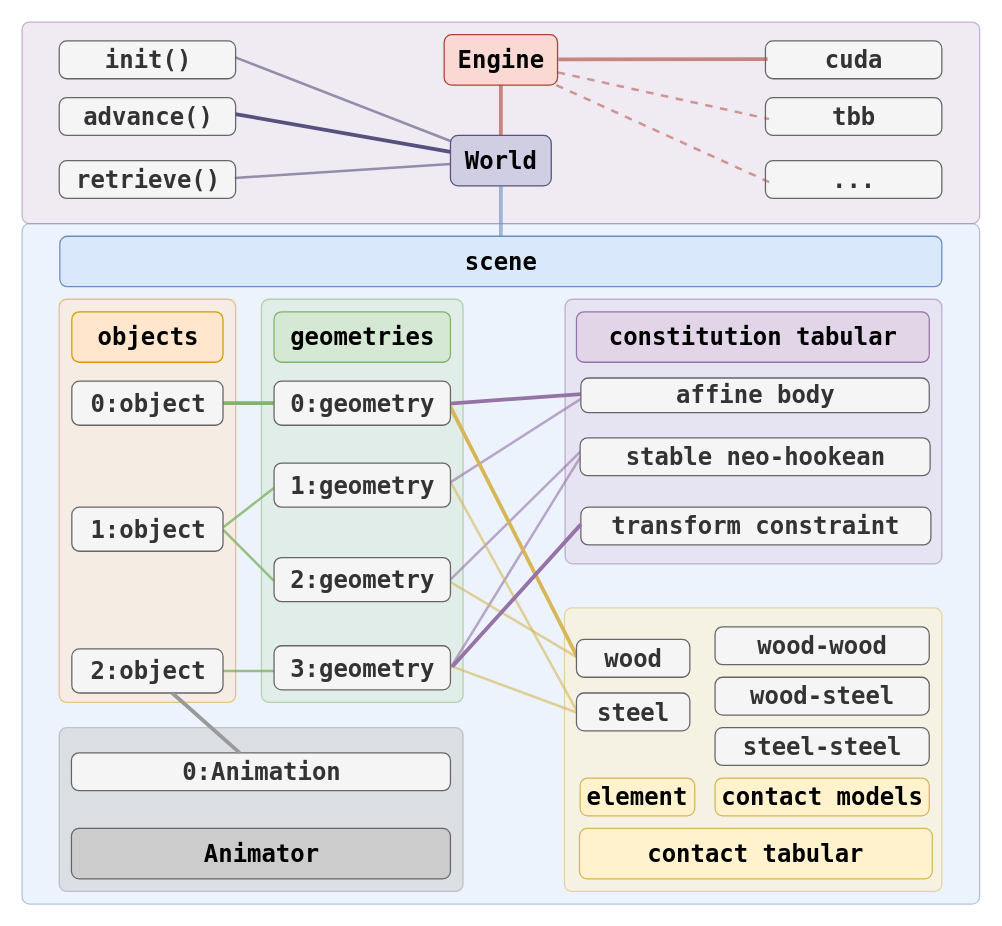
spiriMirror/libuipc-doc keeps this draw.io diagram as docs/tutorial/media/concepts.drawio. Above is the earlier version. Source tidied: cells renumbered, new cells numbered last; positions are measured from the earlier drawing's top-left corner, leaving out a move shared by most shapes. Both pictures are drawn from the tidied source at 126%, with x=0, y=0 at pixel (21, 21).
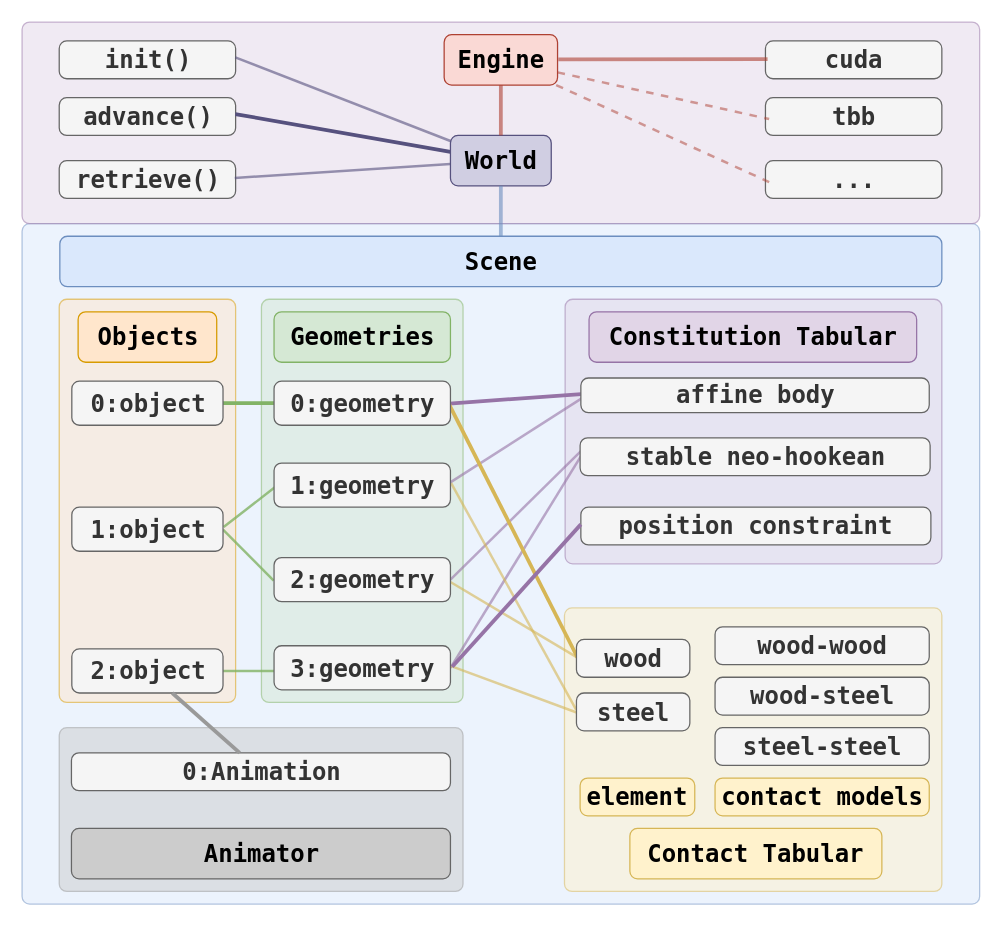
The same page after the edit.

What changed in the source:
```diff
@@
-    <mxCell id="8" value="&lt;span style=&quot;font-size: 19px;&quot;&gt;&lt;b&gt;&lt;font face=&quot;Lucida Console&quot;&gt;scene&lt;br&gt;&lt;/font&gt;&lt;/b&gt;&lt;/span&gt;" style="text;html=1;align=center;verticalAlign=middle;points=[];strokeColor=#6c8ebf;fillColor=#dae8fc;rounded=1;absoluteArcSize=1;arcSize=12;" parent="1" vertex="1">
+    <mxCell id="8" value="&lt;span style=&quot;font-size: 19px;&quot;&gt;&lt;b&gt;&lt;font face=&quot;Lucida Console&quot;&gt;Scene&lt;br&gt;&lt;/font&gt;&lt;/b&gt;&lt;/span&gt;" style="text;html=1;align=center;verticalAlign=middle;points=[];strokeColor=#6c8ebf;fillColor=#dae8fc;rounded=1;absoluteArcSize=1;arcSize=12;" parent="1" vertex="1">
       <mxGeometry x="30" y="170" width="700" height="40" as="geometry" />
     </mxCell>
-    <mxCell id="9" value="&lt;span style=&quot;font-size: 19px;&quot;&gt;&lt;b&gt;&lt;font face=&quot;Lucida Console&quot;&gt;constitution tabular&lt;br&gt;&lt;/font&gt;&lt;/b&gt;&lt;/span&gt;" style="text;html=1;align=center;verticalAlign=middle;strokeColor=#9673a6;fillColor=#e1d5e7;rounded=1;absoluteArcSize=1;arcSize=12;" parent="1" vertex="1">
-      <mxGeometry x="440" y="230" width="280" height="40" as="geometry" />
+    <mxCell id="9" value="&lt;span style=&quot;font-size: 19px;&quot;&gt;&lt;b&gt;&lt;font face=&quot;Lucida Console&quot;&gt;Constitution Tabular&lt;br&gt;&lt;/font&gt;&lt;/b&gt;&lt;/span&gt;" style="text;html=1;align=center;verticalAlign=middle;strokeColor=#9673a6;fillColor=#e1d5e7;rounded=1;absoluteArcSize=1;arcSize=12;" parent="1" vertex="1">
+      <mxGeometry x="450" y="230" width="260" height="40" as="geometry" />
     </mxCell>
-    <mxCell id="10" value="&lt;span style=&quot;font-size: 19px;&quot;&gt;&lt;b&gt;&lt;font face=&quot;Lucida Console&quot;&gt;contact tabular&lt;br&gt;&lt;/font&gt;&lt;/b&gt;&lt;/span&gt;" style="text;html=1;align=center;verticalAlign=middle;strokeColor=#d6b656;fillColor=#fff2cc;rounded=1;absoluteArcSize=1;arcSize=12;" parent="1" vertex="1">
-      <mxGeometry x="442.4" y="640" width="280" height="40" as="geometry" />
+    <mxCell id="10" value="&lt;span style=&quot;font-size: 19px;&quot;&gt;&lt;b&gt;&lt;font face=&quot;Lucida Console&quot;&gt;Contact Tabular&lt;br&gt;&lt;/font&gt;&lt;/b&gt;&lt;/span&gt;" style="text;html=1;align=center;verticalAlign=middle;strokeColor=#d6b656;fillColor=#fff2cc;rounded=1;absoluteArcSize=1;arcSize=12;" parent="1" vertex="1">
+      <mxGeometry x="482.4" y="640" width="200" height="40" as="geometry" />
     </mxCell>
@@
-    <mxCell id="39" value="&lt;span style=&quot;font-size: 19px;&quot;&gt;&lt;b&gt;&lt;font face=&quot;Lucida Console&quot;&gt;objects&lt;br&gt;&lt;/font&gt;&lt;/b&gt;&lt;/span&gt;" style="text;html=1;align=center;verticalAlign=middle;strokeColor=#d79b00;fillColor=#ffe6cc;rounded=1;absoluteArcSize=1;arcSize=12;" parent="1" vertex="1">
-      <mxGeometry x="39.5" y="230" width="120" height="40" as="geometry" />
+    <mxCell id="39" value="&lt;span style=&quot;font-size: 19px;&quot;&gt;&lt;b&gt;&lt;font face=&quot;Lucida Console&quot;&gt;Objects&lt;br&gt;&lt;/font&gt;&lt;/b&gt;&lt;/span&gt;" style="text;html=1;align=center;verticalAlign=middle;strokeColor=#d79b00;fillColor=#ffe6cc;rounded=1;absoluteArcSize=1;arcSize=12;" parent="1" vertex="1">
+      <mxGeometry x="44.5" y="230" width="110" height="40" as="geometry" />
     </mxCell>
-    <mxCell id="40" value="&lt;span style=&quot;font-size: 19px;&quot;&gt;&lt;b&gt;&lt;font face=&quot;Lucida Console&quot;&gt;geometries&lt;br&gt;&lt;/font&gt;&lt;/b&gt;&lt;/span&gt;" style="text;html=1;align=center;verticalAlign=middle;strokeColor=#82b366;fillColor=#d5e8d4;rounded=1;absoluteArcSize=1;arcSize=12;" parent="1" vertex="1">
+    <mxCell id="40" value="&lt;span style=&quot;font-size: 19px;&quot;&gt;&lt;b&gt;&lt;font face=&quot;Lucida Console&quot;&gt;Geometries&lt;br&gt;&lt;/font&gt;&lt;/b&gt;&lt;/span&gt;" style="text;html=1;align=center;verticalAlign=middle;strokeColor=#82b366;fillColor=#d5e8d4;rounded=1;absoluteArcSize=1;arcSize=12;" parent="1" vertex="1">
       <mxGeometry x="200" y="230" width="140" height="40" as="geometry" />
     </mxCell>
@@
-    <mxCell id="43" value="&lt;span style=&quot;font-size: 19px;&quot;&gt;&lt;b&gt;&lt;font face=&quot;Lucida Console&quot;&gt;transform constraint&lt;br&gt;&lt;/font&gt;&lt;/b&gt;&lt;/span&gt;" style="text;html=1;align=center;verticalAlign=middle;points=[];strokeColor=#666666;fillColor=#f5f5f5;rounded=1;absoluteArcSize=1;arcSize=12;fontColor=#333333;" parent="1" vertex="1">
+    <mxCell id="43" value="&lt;span style=&quot;font-size: 19px;&quot;&gt;&lt;b&gt;&lt;font face=&quot;Lucida Console&quot;&gt;position constraint&lt;br&gt;&lt;/font&gt;&lt;/b&gt;&lt;/span&gt;" style="text;html=1;align=center;verticalAlign=middle;points=[];strokeColor=#666666;fillColor=#f5f5f5;rounded=1;absoluteArcSize=1;arcSize=12;fontColor=#333333;" parent="1" vertex="1">
       <mxGeometry x="443.5" y="385" width="277.8" height="30" as="geometry" />
     </mxCell>
```
